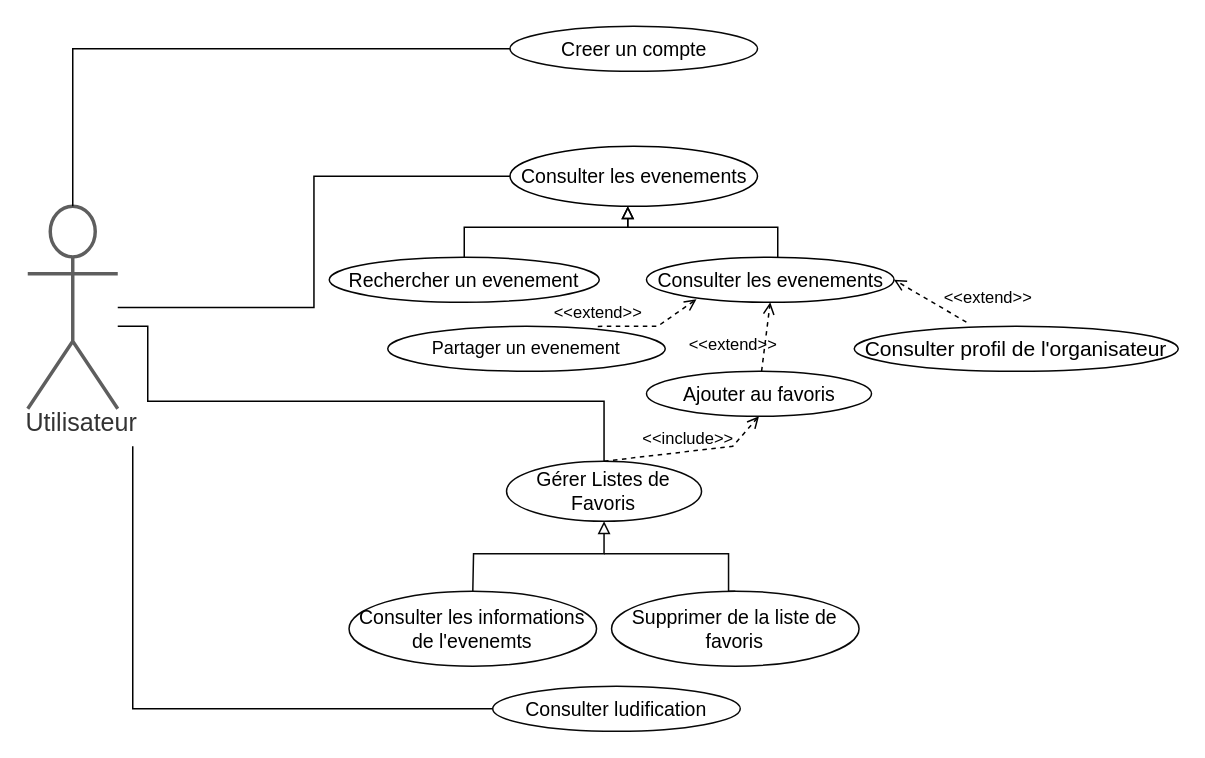
This is Diagram de cas utilisation/1-Utilisateur_VF.drawio from mohamedimem/event-, a draw.io file, before an edit. Source tidied: cells renumbered, new cells numbered last; positions are measured from the earlier drawing's top-left corner, leaving out a move shared by most shapes. Both pictures are drawn from the tidied source at 150%, with x=0, y=0 at pixel (27, 26).
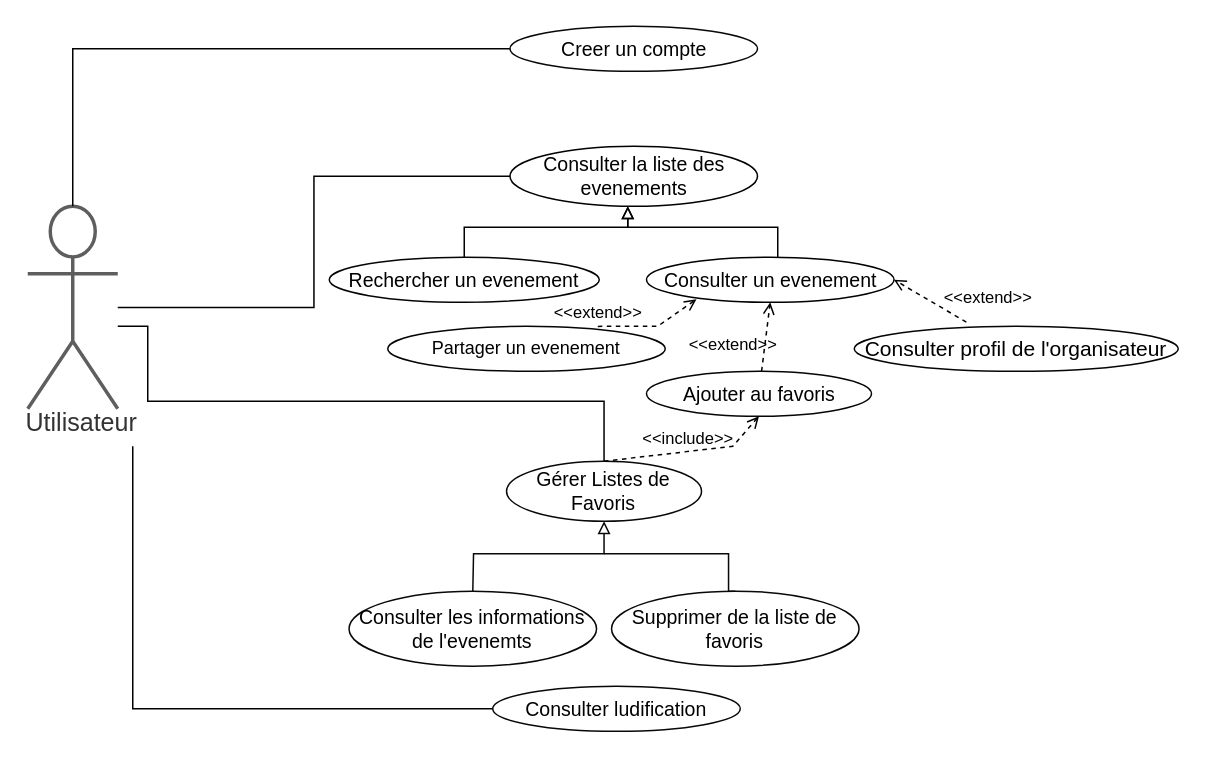
The same page after the edit.

Commit message:
Mettre à jour 1-Utilisateur_VF.drawio

Diff of the diagram source:
```diff
@@
-    <mxCell id="4" value="Consulter les evenements" style="html=1;overflow=block;blockSpacing=1;whiteSpace=wrap;ellipse;fontSize=13;spacing=3.8;strokeColor=#000000;strokeOpacity=100;rounded=1;absoluteArcSize=1;arcSize=9;strokeWidth=1;lucidId=soitjvf58P_N;" parent="1" vertex="1">
+    <mxCell id="4" value="Consulter la liste des evenements" style="html=1;overflow=block;blockSpacing=1;whiteSpace=wrap;ellipse;fontSize=13;spacing=3.8;strokeColor=#000000;strokeOpacity=100;rounded=1;absoluteArcSize=1;arcSize=9;strokeWidth=1;lucidId=soitjvf58P_N;" parent="1" vertex="1">
       <mxGeometry x="321.5" y="80" width="165" height="40" as="geometry" />
     </mxCell>
@@
-    <mxCell id="20" value="Consulter les evenements" style="html=1;overflow=block;blockSpacing=1;whiteSpace=wrap;ellipse;fontSize=13;spacing=3.8;strokeColor=#000000;strokeOpacity=100;rounded=1;absoluteArcSize=1;arcSize=9;strokeWidth=1;lucidId=soitjvf58P_N;" parent="1" vertex="1">
+    <mxCell id="20" value="Consulter un evenement" style="html=1;overflow=block;blockSpacing=1;whiteSpace=wrap;ellipse;fontSize=13;spacing=3.8;strokeColor=#000000;strokeOpacity=100;rounded=1;absoluteArcSize=1;arcSize=9;strokeWidth=1;lucidId=soitjvf58P_N;" parent="1" vertex="1">
       <mxGeometry x="412.5" y="154" width="165" height="30" as="geometry" />
     </mxCell>
```
